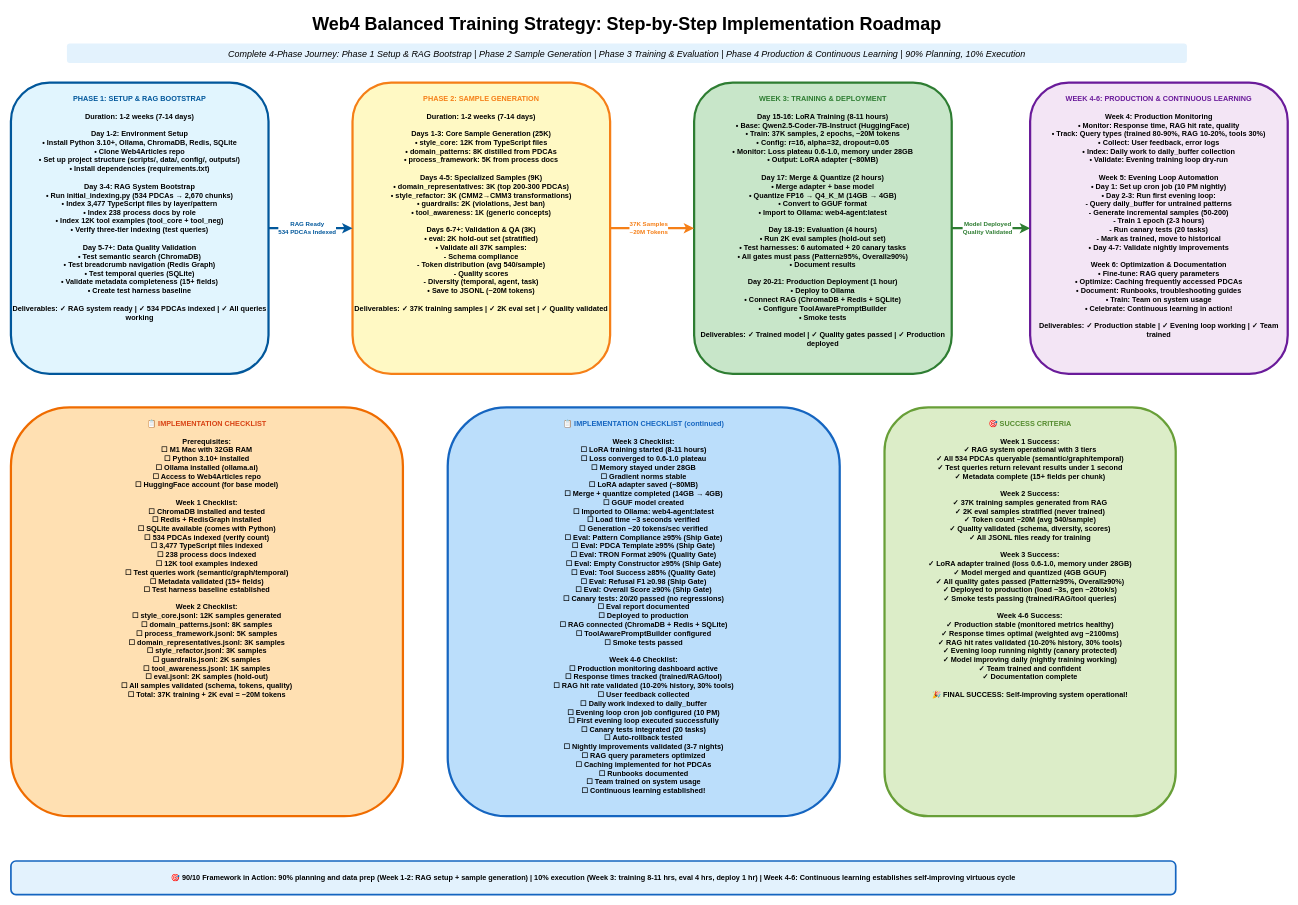
This is page "Implementation Roadmap" (5 of 5) of Training/Web4_Balanced_Training_Architecture.drawio from hannesnortje/LLM_Training, a draw.io file, before an edit. Source tidied: cells renumbered, new cells numbered last; positions are measured from the earlier drawing's top-left corner, leaving out a move shared by most shapes. Both pictures are drawn from the tidied source at 56%, with x=0, y=0 at pixel (11, 10).
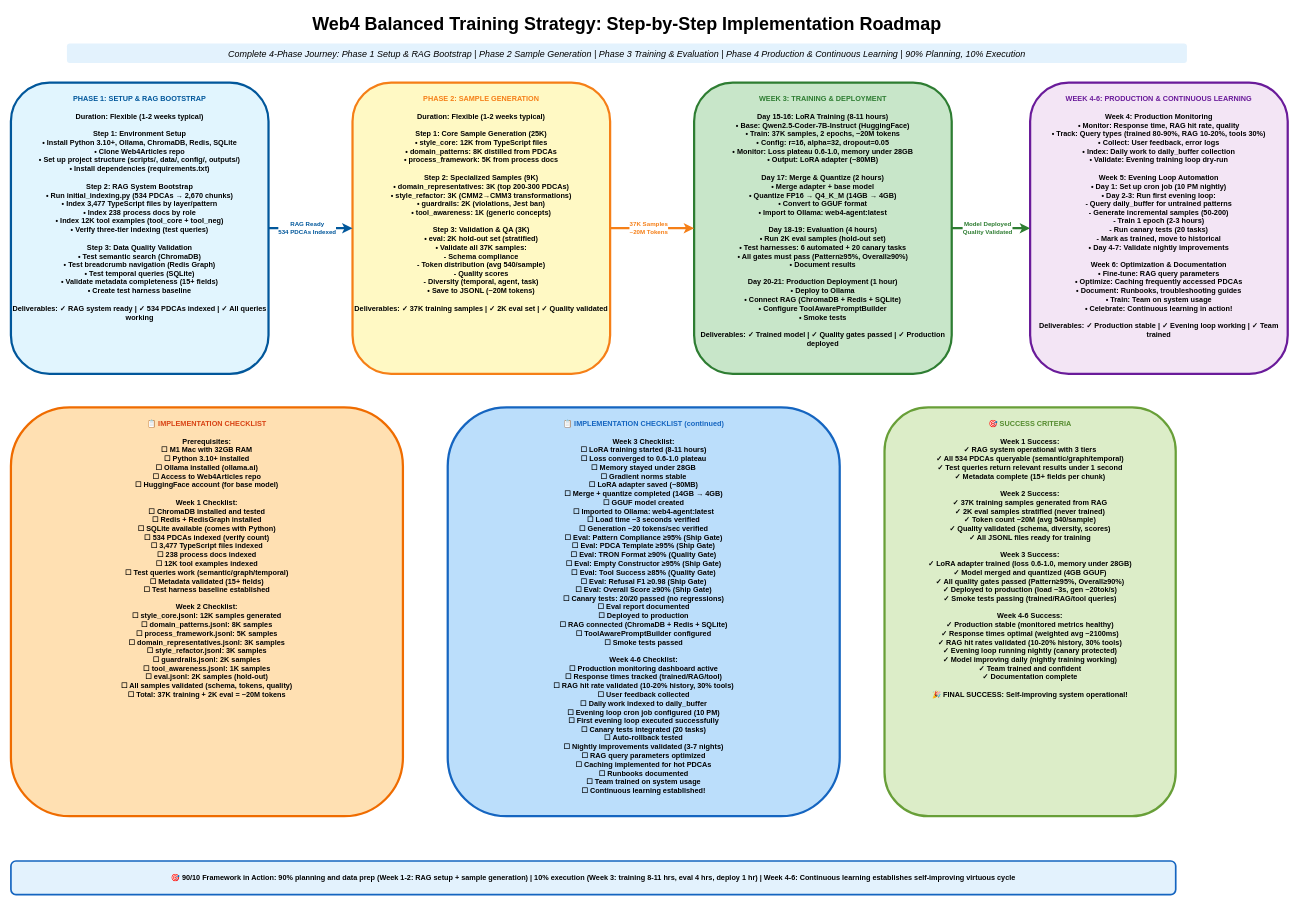
Above is the later version.

Commit message (it also covers changes not shown here):
Change Day terminology to Step and remove remaining Week references

Diff of the diagram source:
```diff
@@
 <mxGraphModel>
   <root>
     <mxCell id="0" />
     <mxCell id="1" parent="0" />
     <mxCell id="2" value="Web4 Balanced Training Strategy: Step-by-Step Implementation Roadmap" style="text;html=1;strokeColor=none;fillColor=none;align=center;verticalAlign=middle;whiteSpace=wrap;rounded=0;fontSize=32;fontStyle=1;" parent="1" vertex="1">
       <mxGeometry x="100" width="2000" height="50" as="geometry" />
     </mxCell>
     <mxCell id="3" value="Complete 4-Phase Journey: Phase 1 Setup &amp; RAG Bootstrap | Phase 2 Sample Generation | Phase 3 Training &amp; Evaluation | Phase 4 Production &amp; Continuous Learning | 90% Planning, 10% Execution" style="text;html=1;strokeColor=none;fillColor=#E3F2FD;align=center;verticalAlign=middle;whiteSpace=wrap;rounded=1;fontSize=16;fontStyle=2;" parent="1" vertex="1">
       <mxGeometry x="100" y="60" width="2000" height="35" as="geometry" />
     </mxCell>
-    <mxCell id="4" value="&lt;font color=&quot;#01579B&quot;&gt;PHASE 1: SETUP &amp; RAG BOOTSTRAP&lt;/font&gt;&#10;&#10;Duration: 1-2 weeks (7-14 days)&#10;&#10;Day 1-2: Environment Setup&#10;• Install Python 3.10+, Ollama, ChromaDB, Redis, SQLite&#10;• Clone Web4Articles repo&#10;• Set up project structure (scripts/, data/, config/, outputs/)&#10;• Install dependencies (requirements.txt)&#10;&#10;Day 3-4: RAG System Bootstrap&#10;• Run initial_indexing.py (534 PDCAs → 2,670 chunks)&#10;• Index 3,477 TypeScript files by layer/pattern&#10;• Index 238 process docs by role&#10;• Index 12K tool examples (tool_core + tool_neg)&#10;• Verify three-tier indexing (test queries)&#10;&#10;Day 5-7+: Data Quality Validation&#10;• Test semantic search (ChromaDB)&#10;• Test breadcrumb navigation (Redis Graph)&#10;• Test temporal queries (SQLite)&#10;• Validate metadata completeness (15+ fields)&#10;• Create test harness baseline&#10;&#10;Deliverables: ✓ RAG system ready | ✓ 534 PDCAs indexed | ✓ All queries working" style="rounded=1;whiteSpace=wrap;html=1;fillColor=#E1F5FE;strokeColor=#01579B;strokeWidth=4;fontSize=13;fontStyle=1;verticalAlign=top;spacingTop=15;" parent="1" vertex="1">
+    <mxCell id="4" value="&lt;font color=&quot;#01579B&quot;&gt;PHASE 1: SETUP &amp; RAG BOOTSTRAP&lt;/font&gt;&#10;&#10;Duration: Flexible (1-2 weeks typical)&#10;&#10;Step 1: Environment Setup&#10;• Install Python 3.10+, Ollama, ChromaDB, Redis, SQLite&#10;• Clone Web4Articles repo&#10;• Set up project structure (scripts/, data/, config/, outputs/)&#10;• Install dependencies (requirements.txt)&#10;&#10;Step 2: RAG System Bootstrap&#10;• Run initial_indexing.py (534 PDCAs → 2,670 chunks)&#10;• Index 3,477 TypeScript files by layer/pattern&#10;• Index 238 process docs by role&#10;• Index 12K tool examples (tool_core + tool_neg)&#10;• Verify three-tier indexing (test queries)&#10;&#10;Step 3: Data Quality Validation&#10;• Test semantic search (ChromaDB)&#10;• Test breadcrumb navigation (Redis Graph)&#10;• Test temporal queries (SQLite)&#10;• Validate metadata completeness (15+ fields)&#10;• Create test harness baseline&#10;&#10;Deliverables: ✓ RAG system ready | ✓ 534 PDCAs indexed | ✓ All queries working" style="rounded=1;whiteSpace=wrap;html=1;fillColor=#E1F5FE;strokeColor=#01579B;strokeWidth=4;fontSize=13;fontStyle=1;verticalAlign=top;spacingTop=15;" parent="1" vertex="1">
       <mxGeometry y="130" width="460" height="520" as="geometry" />
     </mxCell>
-    <mxCell id="5" value="&lt;font color=&quot;#F57F17&quot;&gt;PHASE 2: SAMPLE GENERATION&lt;/font&gt;&#10;&#10;Duration: 1-2 weeks (7-14 days)&#10;&#10;Days 1-3: Core Sample Generation (25K)&#10;• style_core: 12K from TypeScript files&#10;• domain_patterns: 8K distilled from PDCAs&#10;• process_framework: 5K from process docs&#10;&#10;Days 4-5: Specialized Samples (9K)&#10;• domain_representatives: 3K (top 200-300 PDCAs)&#10;• style_refactor: 3K (CMM2→CMM3 transformations)&#10;• guardrails: 2K (violations, Jest ban)&#10;• tool_awareness: 1K (generic concepts)&#10;&#10;Days 6-7+: Validation &amp; QA (3K)&#10;• eval: 2K hold-out set (stratified)&#10;• Validate all 37K samples:&#10;  - Schema compliance&#10;  - Token distribution (avg 540/sample)&#10;  - Quality scores&#10;  - Diversity (temporal, agent, task)&#10;• Save to JSONL (~20M tokens)&#10;&#10;Deliverables: ✓ 37K training samples | ✓ 2K eval set | ✓ Quality validated" style="rounded=1;whiteSpace=wrap;html=1;fillColor=#FFF9C4;strokeColor=#F57F17;strokeWidth=4;fontSize=13;fontStyle=1;verticalAlign=top;spacingTop=15;" parent="1" vertex="1">
+    <mxCell id="5" value="&lt;font color=&quot;#F57F17&quot;&gt;PHASE 2: SAMPLE GENERATION&lt;/font&gt;&#10;&#10;Duration: Flexible (1-2 weeks typical)&#10;&#10;Step 1: Core Sample Generation (25K)&#10;• style_core: 12K from TypeScript files&#10;• domain_patterns: 8K distilled from PDCAs&#10;• process_framework: 5K from process docs&#10;&#10;Step 2: Specialized Samples (9K)&#10;• domain_representatives: 3K (top 200-300 PDCAs)&#10;• style_refactor: 3K (CMM2→CMM3 transformations)&#10;• guardrails: 2K (violations, Jest ban)&#10;• tool_awareness: 1K (generic concepts)&#10;&#10;Step 3: Validation &amp; QA (3K)&#10;• eval: 2K hold-out set (stratified)&#10;• Validate all 37K samples:&#10;  - Schema compliance&#10;  - Token distribution (avg 540/sample)&#10;  - Quality scores&#10;  - Diversity (temporal, agent, task)&#10;• Save to JSONL (~20M tokens)&#10;&#10;Deliverables: ✓ 37K training samples | ✓ 2K eval set | ✓ Quality validated" style="rounded=1;whiteSpace=wrap;html=1;fillColor=#FFF9C4;strokeColor=#F57F17;strokeWidth=4;fontSize=13;fontStyle=1;verticalAlign=top;spacingTop=15;" parent="1" vertex="1">
       <mxGeometry x="610" y="130" width="460" height="520" as="geometry" />
     </mxCell>
     <mxCell id="6" value="&lt;font color=&quot;#2E7D32&quot;&gt;WEEK 3: TRAINING &amp; DEPLOYMENT&lt;/font&gt;&#10;&#10;Day 15-16: LoRA Training (8-11 hours)&#10;• Base: Qwen2.5-Coder-7B-Instruct (HuggingFace)&#10;• Train: 37K samples, 2 epochs, ~20M tokens&#10;• Config: r=16, alpha=32, dropout=0.05&#10;• Monitor: Loss plateau 0.6-1.0, memory under 28GB&#10;• Output: LoRA adapter (~80MB)&#10;&#10;Day 17: Merge &amp; Quantize (2 hours)&#10;• Merge adapter + base model&#10;• Quantize FP16 → Q4_K_M (14GB → 4GB)&#10;• Convert to GGUF format&#10;• Import to Ollama: web4-agent:latest&#10;&#10;Day 18-19: Evaluation (4 hours)&#10;• Run 2K eval samples (hold-out set)&#10;• Test harnesses: 6 automated + 20 canary tasks&#10;• All gates must pass (Pattern≥95%, Overall≥90%)&#10;• Document results&#10;&#10;Day 20-21: Production Deployment (1 hour)&#10;• Deploy to Ollama&#10;• Connect RAG (ChromaDB + Redis + SQLite)&#10;• Configure ToolAwarePromptBuilder&#10;• Smoke tests&#10;&#10;Deliverables: ✓ Trained model | ✓ Quality gates passed | ✓ Production deployed" style="rounded=1;whiteSpace=wrap;html=1;fillColor=#C8E6C9;strokeColor=#2E7D32;strokeWidth=4;fontSize=13;fontStyle=1;verticalAlign=top;spacingTop=15;" parent="1" vertex="1">
       <mxGeometry x="1220" y="130" width="460" height="520" as="geometry" />
     </mxCell>
     <mxCell id="7" value="&lt;font color=&quot;#6A1B9A&quot;&gt;WEEK 4-6: PRODUCTION &amp; CONTINUOUS LEARNING&lt;/font&gt;&#10;&#10;Week 4: Production Monitoring&#10;• Monitor: Response time, RAG hit rate, quality&#10;• Track: Query types (trained 80-90%, RAG 10-20%, tools 30%)&#10;• Collect: User feedback, error logs&#10;• Index: Daily work to daily_buffer collection&#10;• Validate: Evening training loop dry-run&#10;&#10;Week 5: Evening Loop Automation&#10;• Day 1: Set up cron job (10 PM nightly)&#10;• Day 2-3: Run first evening loop:&#10;  - Query daily_buffer for untrained patterns&#10;  - Generate incremental samples (50-200)&#10;  - Train 1 epoch (2-3 hours)&#10;  - Run canary tests (20 tasks)&#10;  - Mark as trained, move to historical&#10;• Day 4-7: Validate nightly improvements&#10;&#10;Week 6: Optimization &amp; Documentation&#10;• Fine-tune: RAG query parameters&#10;• Optimize: Caching frequently accessed PDCAs&#10;• Document: Runbooks, troubleshooting guides&#10;• Train: Team on system usage&#10;• Celebrate: Continuous learning in action!&#10;&#10;Deliverables: ✓ Production stable | ✓ Evening loop working | ✓ Team trained" style="rounded=1;whiteSpace=wrap;html=1;fillColor=#F3E5F5;strokeColor=#6A1B9A;strokeWidth=4;fontSize=13;fontStyle=1;verticalAlign=top;spacingTop=15;" parent="1" vertex="1">
       <mxGeometry x="1820" y="130" width="460" height="520" as="geometry" />
     </mxCell>
     <mxCell id="8" style="endArrow=classic;html=1;rounded=0;strokeWidth=4;strokeColor=#01579B;exitX=1;exitY=0.5;exitDx=0;exitDy=0;entryX=0;entryY=0.5;entryDx=0;entryDy=0;" parent="1" edge="1" source="4" target="5">
       <mxGeometry relative="1" as="geometry" />
     </mxCell>
     <mxCell id="9" value="RAG Ready&#10;534 PDCAs Indexed" style="edgeLabel;html=1;align=center;verticalAlign=middle;fontSize=11;fontStyle=1;fontColor=#01579B;fillColor=#E1F5FE;strokeColor=#0288D1;rounded=1;" parent="8" vertex="1">
       <mxGeometry x="-0.1" y="1" relative="1" as="geometry" />
     </mxCell>
     <mxCell id="10" style="endArrow=classic;html=1;rounded=0;strokeWidth=4;strokeColor=#F57F17;exitX=1;exitY=0.5;exitDx=0;exitDy=0;entryX=0;entryY=0.5;entryDx=0;entryDy=0;" parent="1" edge="1" source="5" target="6">
       <mxGeometry relative="1" as="geometry" />
     </mxCell>
     <mxCell id="11" value="37K Samples&#10;~20M Tokens" style="edgeLabel;html=1;align=center;verticalAlign=middle;fontSize=11;fontStyle=1;fontColor=#F57F17;fillColor=#FFF9C4;strokeColor=#F9A825;rounded=1;" parent="10" vertex="1">
       <mxGeometry x="-0.1" y="1" relative="1" as="geometry" />
     </mxCell>
     <mxCell id="12" style="endArrow=classic;html=1;rounded=0;strokeWidth=4;strokeColor=#2E7D32;exitX=1;exitY=0.5;exitDx=0;exitDy=0;entryX=0;entryY=0.5;entryDx=0;entryDy=0;" parent="1" edge="1" source="6" target="7">
       <mxGeometry relative="1" as="geometry" />
     </mxCell>
     <mxCell id="13" value="Model Deployed&#10;Quality Validated" style="edgeLabel;html=1;align=center;verticalAlign=middle;fontSize=11;fontStyle=1;fontColor=#2E7D32;fillColor=#C8E6C9;strokeColor=#43A047;rounded=1;" parent="12" vertex="1">
       <mxGeometry x="-0.1" y="1" relative="1" as="geometry" />
     </mxCell>
     <mxCell id="14" value="&lt;font color=&quot;#D84315&quot;&gt;📋 IMPLEMENTATION CHECKLIST&lt;/font&gt;&#10;&#10;Prerequisites:&#10;☐ M1 Mac with 32GB RAM&#10;☐ Python 3.10+ installed&#10;☐ Ollama installed (ollama.ai)&#10;☐ Access to Web4Articles repo&#10;☐ HuggingFace account (for base model)&#10;&#10;Week 1 Checklist:&#10;☐ ChromaDB installed and tested&#10;☐ Redis + RedisGraph installed&#10;☐ SQLite available (comes with Python)&#10;☐ 534 PDCAs indexed (verify count)&#10;☐ 3,477 TypeScript files indexed&#10;☐ 238 process docs indexed&#10;☐ 12K tool examples indexed&#10;☐ Test queries work (semantic/graph/temporal)&#10;☐ Metadata validated (15+ fields)&#10;☐ Test harness baseline established&#10;&#10;Week 2 Checklist:&#10;☐ style_core.jsonl: 12K samples generated&#10;☐ domain_patterns.jsonl: 8K samples&#10;☐ process_framework.jsonl: 5K samples&#10;☐ domain_representatives.jsonl: 3K samples&#10;☐ style_refactor.jsonl: 3K samples&#10;☐ guardrails.jsonl: 2K samples&#10;☐ tool_awareness.jsonl: 1K samples&#10;☐ eval.jsonl: 2K samples (hold-out)&#10;☐ All samples validated (schema, tokens, quality)&#10;☐ Total: 37K training + 2K eval = ~20M tokens" style="rounded=1;whiteSpace=wrap;html=1;fillColor=#FFE0B2;strokeColor=#EF6C00;strokeWidth=4;fontSize=13;fontStyle=1;verticalAlign=top;spacingTop=15;" parent="1" vertex="1">
       <mxGeometry y="710" width="700" height="730" as="geometry" />
     </mxCell>
     <mxCell id="15" value="&lt;font color=&quot;#1565C0&quot;&gt;📋 IMPLEMENTATION CHECKLIST (continued)&lt;/font&gt;&#10;&#10;Week 3 Checklist:&#10;☐ LoRA training started (8-11 hours)&#10;☐ Loss converged to 0.6-1.0 plateau&#10;☐ Memory stayed under 28GB&#10;☐ Gradient norms stable&#10;☐ LoRA adapter saved (~80MB)&#10;☐ Merge + quantize completed (14GB → 4GB)&#10;☐ GGUF model created&#10;☐ Imported to Ollama: web4-agent:latest&#10;☐ Load time ~3 seconds verified&#10;☐ Generation ~20 tokens/sec verified&#10;☐ Eval: Pattern Compliance ≥95% (Ship Gate)&#10;☐ Eval: PDCA Template ≥95% (Ship Gate)&#10;☐ Eval: TRON Format ≥90% (Quality Gate)&#10;☐ Eval: Empty Constructor ≥95% (Ship Gate)&#10;☐ Eval: Tool Success ≥85% (Quality Gate)&#10;☐ Eval: Refusal F1 ≥0.98 (Ship Gate)&#10;☐ Eval: Overall Score ≥90% (Ship Gate)&#10;☐ Canary tests: 20/20 passed (no regressions)&#10;☐ Eval report documented&#10;☐ Deployed to production&#10;☐ RAG connected (ChromaDB + Redis + SQLite)&#10;☐ ToolAwarePromptBuilder configured&#10;☐ Smoke tests passed&#10;&#10;Week 4-6 Checklist:&#10;☐ Production monitoring dashboard active&#10;☐ Response times tracked (trained/RAG/tool)&#10;☐ RAG hit rate validated (10-20% history, 30% tools)&#10;☐ User feedback collected&#10;☐ Daily work indexed to daily_buffer&#10;☐ Evening loop cron job configured (10 PM)&#10;☐ First evening loop executed successfully&#10;☐ Canary tests integrated (20 tasks)&#10;☐ Auto-rollback tested&#10;☐ Nightly improvements validated (3-7 nights)&#10;☐ RAG query parameters optimized&#10;☐ Caching implemented for hot PDCAs&#10;☐ Runbooks documented&#10;☐ Team trained on system usage&#10;☐ Continuous learning established!" style="rounded=1;whiteSpace=wrap;html=1;fillColor=#BBDEFB;strokeColor=#1565C0;strokeWidth=4;fontSize=13;fontStyle=1;verticalAlign=top;spacingTop=15;" parent="1" vertex="1">
       <mxGeometry x="780" y="710" width="700" height="730" as="geometry" />
     </mxCell>
     <mxCell id="16" value="&lt;font color=&quot;#558B2F&quot;&gt;🎯 SUCCESS CRITERIA&lt;/font&gt;&#10;&#10;Week 1 Success:&#10;✓ RAG system operational with 3 tiers&#10;✓ All 534 PDCAs queryable (semantic/graph/temporal)&#10;✓ Test queries return relevant results under 1 second&#10;✓ Metadata complete (15+ fields per chunk)&#10;&#10;Week 2 Success:&#10;✓ 37K training samples generated from RAG&#10;✓ 2K eval samples stratified (never trained)&#10;✓ Token count ~20M (avg 540/sample)&#10;✓ Quality validated (schema, diversity, scores)&#10;✓ All JSONL files ready for training&#10;&#10;Week 3 Success:&#10;✓ LoRA adapter trained (loss 0.6-1.0, memory under 28GB)&#10;✓ Model merged and quantized (4GB GGUF)&#10;✓ All quality gates passed (Pattern≥95%, Overall≥90%)&#10;✓ Deployed to production (load ~3s, gen ~20tok/s)&#10;✓ Smoke tests passing (trained/RAG/tool queries)&#10;&#10;Week 4-6 Success:&#10;✓ Production stable (monitored metrics healthy)&#10;✓ Response times optimal (weighted avg ~2100ms)&#10;✓ RAG hit rates validated (10-20% history, 30% tools)&#10;✓ Evening loop running nightly (canary protected)&#10;✓ Model improving daily (nightly training working)&#10;✓ Team trained and confident&#10;✓ Documentation complete&#10;&#10;🎉 FINAL SUCCESS: Self-improving system operational!" style="rounded=1;whiteSpace=wrap;html=1;fillColor=#DCEDC8;strokeColor=#689F38;strokeWidth=4;fontSize=13;fontStyle=1;verticalAlign=top;spacingTop=15;" parent="1" vertex="1">
       <mxGeometry x="1560" y="710" width="520" height="730" as="geometry" />
     </mxCell>
     <mxCell id="17" value="🎯 90/10 Framework in Action: 90% planning and data prep (Week 1-2: RAG setup + sample generation) | 10% execution (Week 3: training 8-11 hrs, eval 4 hrs, deploy 1 hr) | Week 4-6: Continuous learning establishes self-improving virtuous cycle" style="rounded=1;whiteSpace=wrap;html=1;fillColor=#E3F2FD;strokeColor=#1565C0;strokeWidth=3;align=center;verticalAlign=middle;fontSize=13;fontStyle=1;" parent="1" vertex="1">
       <mxGeometry y="1520" width="2080" height="60" as="geometry" />
     </mxCell>
   </root>
 </mxGraphModel>
```
